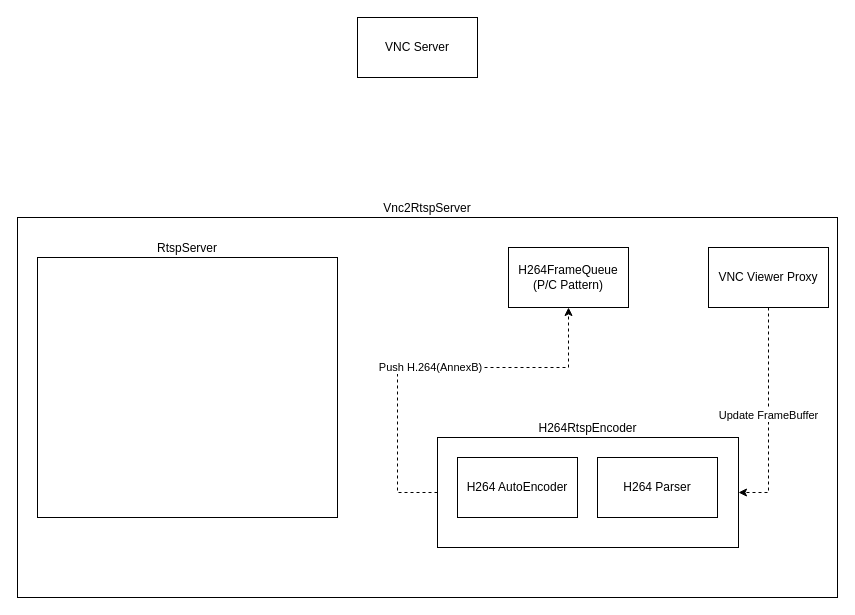
The draw.io diagram UML/mirero/SwRcs/vnc_rtsp.drawio in rhkdguskim/Study, before the edit. Source tidied: cells renumbered, new cells numbered last; positions are measured from the earlier drawing's top-left corner, leaving out a move shared by most shapes. Both pictures are drawn from the tidied source at 100%, with x=0, y=0 at pixel (17, 17).
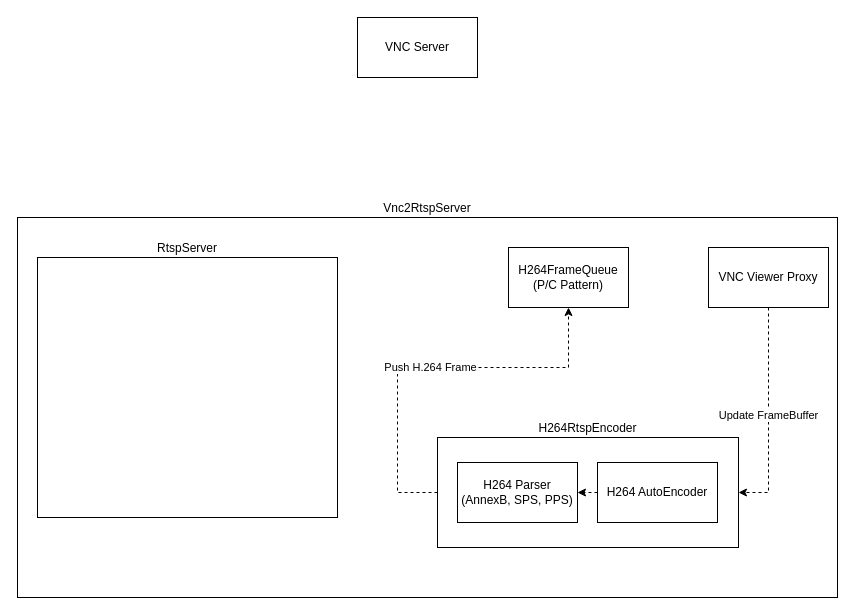
The same page after the edit.

Diff of the diagram source:
```diff
@@
 <mxGraphModel>
   <root>
     <mxCell id="0" />
     <mxCell id="1" parent="0" />
     <mxCell id="2" value="Vnc2RtspServer" style="rounded=0;whiteSpace=wrap;html=1;labelPosition=center;verticalLabelPosition=top;align=center;verticalAlign=bottom;" parent="1" vertex="1">
       <mxGeometry y="200" width="820" height="380" as="geometry" />
     </mxCell>
     <mxCell id="3" value="RtspServer" style="rounded=0;whiteSpace=wrap;html=1;labelPosition=center;verticalLabelPosition=top;align=center;verticalAlign=bottom;" parent="1" vertex="1">
       <mxGeometry x="20" y="240" width="300" height="260" as="geometry" />
     </mxCell>
     <mxCell id="4" value="H264FrameQueue&lt;br&gt;(P/C Pattern)" style="rounded=0;whiteSpace=wrap;html=1;" parent="1" vertex="1">
       <mxGeometry x="491" y="230" width="120" height="60" as="geometry" />
     </mxCell>
     <mxCell id="5" value="VNC Server" style="rounded=0;whiteSpace=wrap;html=1;" parent="1" vertex="1">
       <mxGeometry x="340" width="120" height="60" as="geometry" />
     </mxCell>
     <mxCell id="6" value="Update FrameBuffer" style="edgeStyle=orthogonalEdgeStyle;rounded=0;jettySize=auto;html=1;entryX=1;entryY=0.5;entryDx=0;entryDy=0;dashed=1;" parent="1" edge="1" source="7" target="9">
       <mxGeometry relative="1" as="geometry" />
     </mxCell>
     <mxCell id="7" value="VNC Viewer Proxy" style="rounded=0;whiteSpace=wrap;html=1;" parent="1" vertex="1">
       <mxGeometry x="691" y="230" width="120" height="60" as="geometry" />
     </mxCell>
-    <mxCell id="8" value="Push H.264(AnnexB)" style="edgeStyle=orthogonalEdgeStyle;rounded=0;jettySize=auto;html=1;entryX=0.5;entryY=1;entryDx=0;entryDy=0;dashed=1;" parent="1" edge="1" source="9" target="4">
+    <mxCell id="8" value="Push H.264 Frame" style="edgeStyle=orthogonalEdgeStyle;rounded=0;jettySize=auto;html=1;entryX=0.5;entryY=1;entryDx=0;entryDy=0;dashed=1;" parent="1" edge="1" source="9" target="4">
       <mxGeometry relative="1" as="geometry">
         <Array as="points">
           <mxPoint x="380" y="475" />
           <mxPoint x="380" y="350" />
           <mxPoint x="551" y="350" />
         </Array>
       </mxGeometry>
     </mxCell>
     <mxCell id="9" value="H264RtspEncoder" style="rounded=0;whiteSpace=wrap;html=1;align=center;labelPosition=center;verticalLabelPosition=top;verticalAlign=bottom;" parent="1" vertex="1">
       <mxGeometry x="420" y="420" width="301" height="110" as="geometry" />
     </mxCell>
     <mxCell id="10" value="H264 AutoEncoder" style="rounded=0;whiteSpace=wrap;html=1;" parent="1" vertex="1">
-      <mxGeometry x="440" y="440" width="120" height="60" as="geometry" />
+      <mxGeometry x="580" y="445" width="120" height="60" as="geometry" />
     </mxCell>
-    <mxCell id="11" value="H264 Parser" style="rounded=0;whiteSpace=wrap;html=1;" parent="1" vertex="1">
-      <mxGeometry x="580" y="440" width="120" height="60" as="geometry" />
+    <mxCell id="11" value="H264 Parser&lt;br&gt;(AnnexB, SPS, PPS)" style="rounded=0;whiteSpace=wrap;html=1;" parent="1" vertex="1">
+      <mxGeometry x="440" y="445" width="120" height="60" as="geometry" />
     </mxCell>
+    <mxCell id="12" style="endArrow=classic;html=1;rounded=0;exitX=0;exitY=0.5;exitDx=0;exitDy=0;entryX=1;entryY=0.5;entryDx=0;entryDy=0;endFill=1;dashed=1;" parent="1" edge="1" source="10" target="11">
+      <mxGeometry relative="1" as="geometry" />
+    </mxCell>
   </root>
 </mxGraphModel>
```
